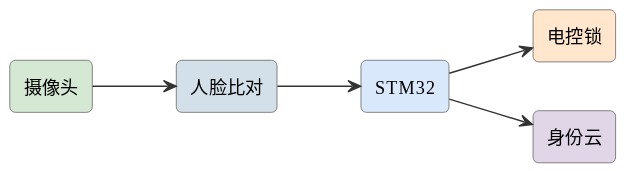
Before: assets/diagrams/ideas-fig83.svg, a diagram exported from PlantUML (mingyi0818/IntelligentMcuCourse).
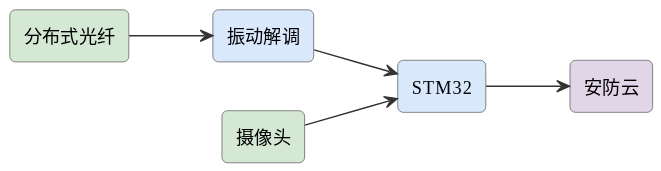
The same diagram one commit later.

What changed in the source:
```diff
@@ -6,13 +6,13 @@
 skinparam arrowFontSize 11
 skinparam arrowColor #333
 left to right direction
+rectangle "分布式光纤" as fiber #d5e8d4
+rectangle "振动解调" as demod #dae8fc
+rectangle "STM32" as stm #dae8fc
 rectangle "摄像头" as cam #d5e8d4
-rectangle "人脸比对" as face #d3e0ea
-rectangle "STM32" as stm #dae8fc
-rectangle "电控锁" as lock #ffe6cc
-rectangle "身份云" as cloud #e1d5e8
-cam --> face
-face --> stm
-stm --> lock
+rectangle "安防云" as cloud #e1d5e8
+fiber --> demod
+demod --> stm
+cam --> stm
 stm --> cloud
 @enduml
```
